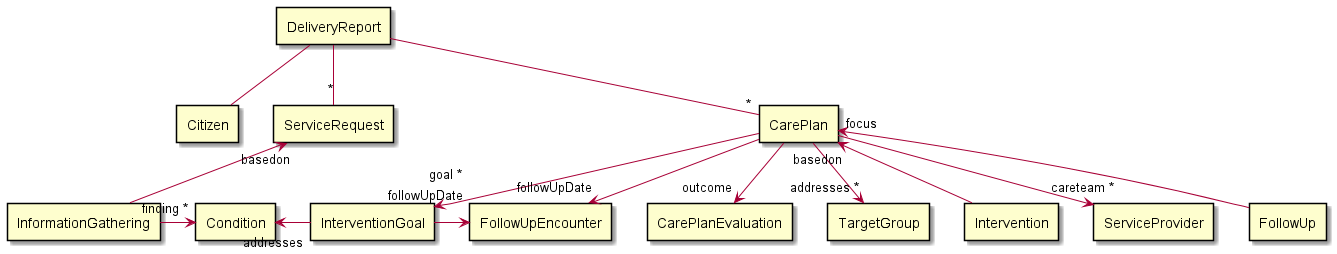
The PlantUML diagram input/images/DeliveryReport.png in hl7dk/kl-ffb-reporting, before a commit.
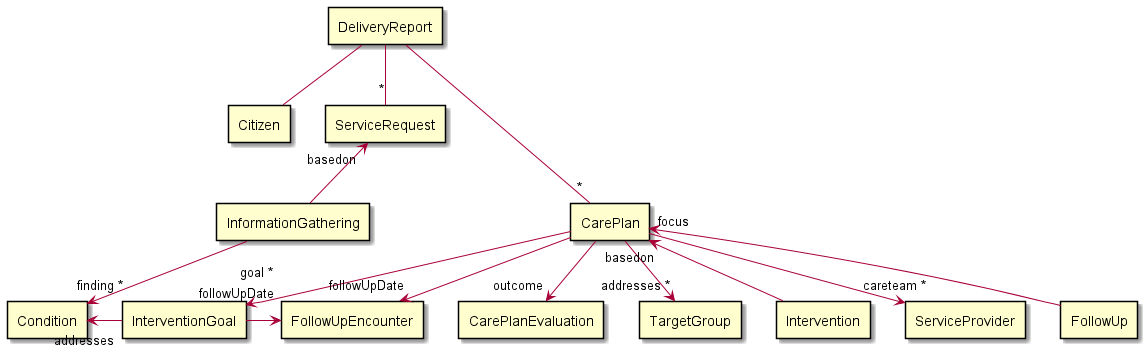
After the commit.

The edit, as a diff of the source:
```diff
@@ -26,7 +26,7 @@
 report --"*" request
 report --"*" careplan
 
-information ->"finding *" condition
+information -->"finding *" condition
 
 request "basedon"<-- information
 careplan -->"goal *\n" goal
```
